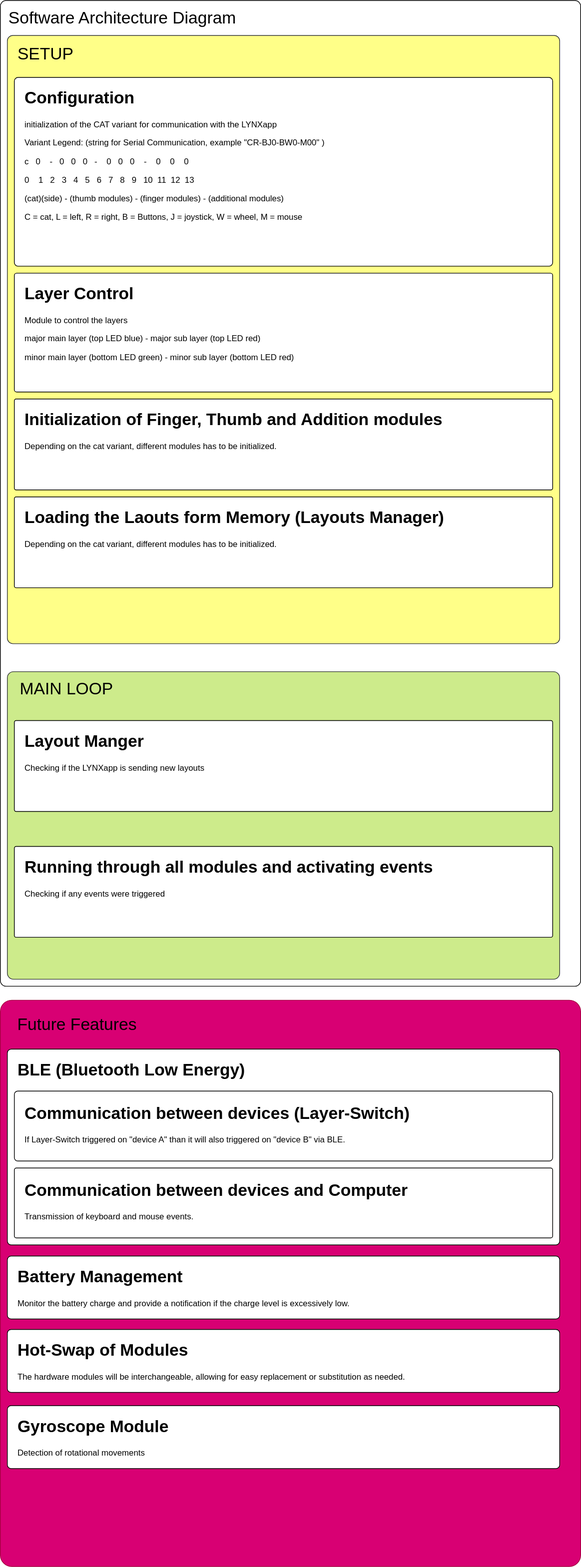
Above: images/SAD.svg in LYNXware/cat_esp32s3_platformio-arduino__version_2 (draw.io), before the change. Source tidied: cells renumbered, new cells last; positions are measured from the earlier drawing's top-left corner, leaving out a move shared by most shapes.
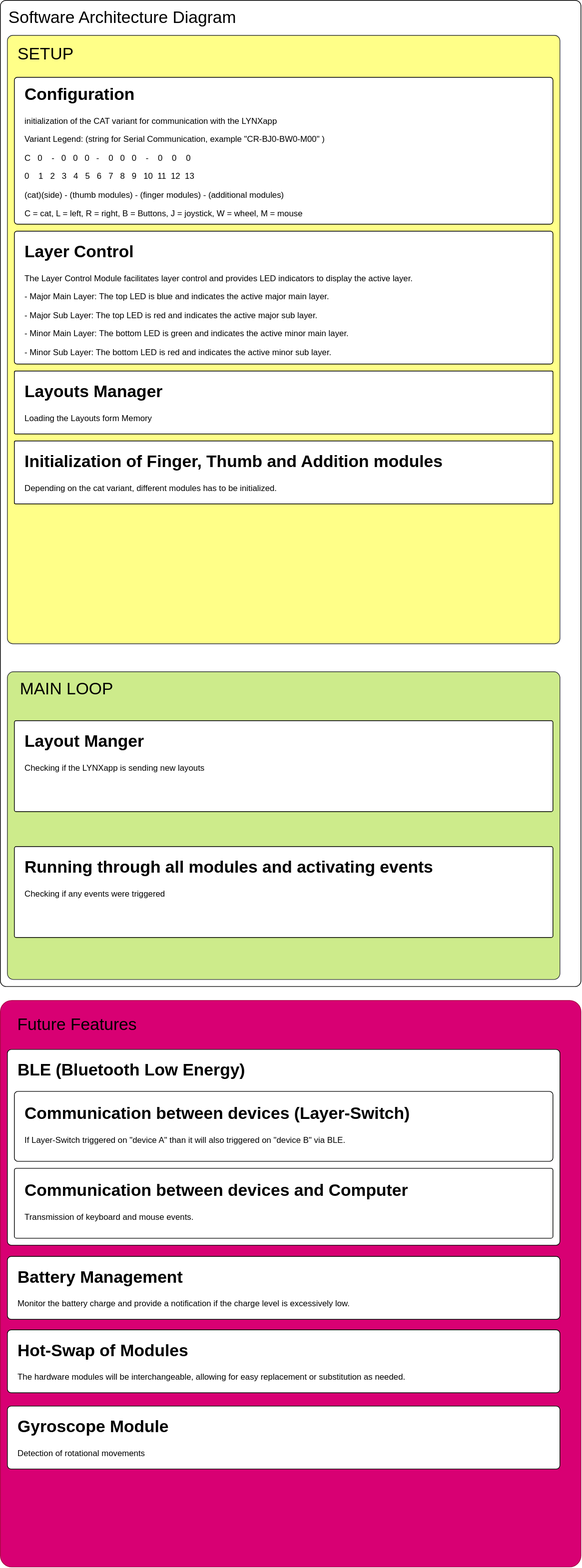
After the change.

What changed in the source:
```diff
@@ -21,29 +21,17 @@
       <mxGeometry x="20" y="970" width="150" height="30" as="geometry" />
     </mxCell>
     <mxCell id="8" style="rounded=1;whiteSpace=wrap;html=1;arcSize=2;" parent="1" vertex="1">
-      <mxGeometry x="20" y="110" width="770" height="270" as="geometry" />
+      <mxGeometry x="20" y="110" width="770" height="210" as="geometry" />
     </mxCell>
-    <mxCell id="9" value="&lt;h1&gt;Configuration&lt;/h1&gt;&lt;p&gt;initialization of the CAT variant&amp;nbsp;&lt;span style=&quot;background-color: initial;&quot;&gt;for communication with the LYNXapp&lt;/span&gt;&lt;/p&gt;&lt;p&gt;Variant Legend: (string for Serial Communication, example &quot;CR-BJ0-BW0-M00&quot; )&lt;/p&gt;&lt;p&gt;c&amp;nbsp; &amp;nbsp;0&amp;nbsp; &amp;nbsp; -&amp;nbsp; &amp;nbsp;0&amp;nbsp; &amp;nbsp;0&amp;nbsp; &amp;nbsp;0&amp;nbsp; &amp;nbsp;-&amp;nbsp; &amp;nbsp; 0&amp;nbsp; &amp;nbsp;0&amp;nbsp; &amp;nbsp;0&amp;nbsp; &amp;nbsp; -&amp;nbsp; &amp;nbsp; 0&amp;nbsp; &amp;nbsp; 0&amp;nbsp; &amp;nbsp; 0&lt;/p&gt;&lt;p&gt;0&amp;nbsp; &amp;nbsp; 1&amp;nbsp; &amp;nbsp;2&amp;nbsp; &amp;nbsp;3&amp;nbsp; &amp;nbsp;4&amp;nbsp; &amp;nbsp;5&amp;nbsp; &amp;nbsp;6&amp;nbsp; &amp;nbsp;7&amp;nbsp; &amp;nbsp;8&amp;nbsp; &amp;nbsp;9&amp;nbsp; &amp;nbsp;10&amp;nbsp; 11&amp;nbsp; 12&amp;nbsp; 13&lt;/p&gt;&lt;p&gt;(cat)(side) - (thumb modules) - (finger modules) - (additional modules)&lt;/p&gt;&lt;p&gt;C = cat, L = left, R = right, B&lt;span style=&quot;background-color: initial;&quot;&gt;&amp;nbsp;= Buttons, J&lt;/span&gt;&lt;span style=&quot;background-color: initial;&quot;&gt;&amp;nbsp;= joystick, W&lt;/span&gt;&lt;span style=&quot;background-color: initial;&quot;&gt;&amp;nbsp;= wheel, M&lt;/span&gt;&lt;span style=&quot;background-color: initial;&quot;&gt;&amp;nbsp;= mouse&lt;/span&gt;&lt;/p&gt;&lt;div&gt;&lt;br&gt;&lt;/div&gt;" style="text;html=1;strokeColor=none;fillColor=none;spacing=5;spacingTop=-20;whiteSpace=wrap;overflow=hidden;rounded=0;" parent="1" vertex="1">
-      <mxGeometry x="30" y="120" width="610" height="230" as="geometry" />
+    <mxCell id="9" value="&lt;h1&gt;Configuration&amp;nbsp;&lt;/h1&gt;&lt;p&gt;initialization of the CAT variant&amp;nbsp;&lt;span style=&quot;background-color: initial;&quot;&gt;for communication with the LYNXapp&lt;/span&gt;&lt;/p&gt;&lt;p&gt;Variant Legend: (string for Serial Communication, example &quot;CR-BJ0-BW0-M00&quot; )&lt;/p&gt;&lt;p&gt;C&amp;nbsp; &amp;nbsp;0&amp;nbsp; &amp;nbsp; -&amp;nbsp; &amp;nbsp;0&amp;nbsp; &amp;nbsp;0&amp;nbsp; &amp;nbsp;0&amp;nbsp; &amp;nbsp;-&amp;nbsp; &amp;nbsp; 0&amp;nbsp; &amp;nbsp;0&amp;nbsp; &amp;nbsp;0&amp;nbsp; &amp;nbsp; -&amp;nbsp; &amp;nbsp; 0&amp;nbsp; &amp;nbsp; 0&amp;nbsp; &amp;nbsp; 0&lt;/p&gt;&lt;p&gt;0&amp;nbsp; &amp;nbsp; 1&amp;nbsp; &amp;nbsp;2&amp;nbsp; &amp;nbsp;3&amp;nbsp; &amp;nbsp;4&amp;nbsp; &amp;nbsp;5&amp;nbsp; &amp;nbsp;6&amp;nbsp; &amp;nbsp;7&amp;nbsp; &amp;nbsp;8&amp;nbsp; &amp;nbsp;9&amp;nbsp; &amp;nbsp;10&amp;nbsp; 11&amp;nbsp; 12&amp;nbsp; 13&lt;/p&gt;&lt;p&gt;(cat)(side) - (thumb modules) - (finger modules) - (additional modules)&lt;/p&gt;&lt;p&gt;C = cat, L = left, R = right, B&lt;span style=&quot;background-color: initial;&quot;&gt;&amp;nbsp;= Buttons, J&lt;/span&gt;&lt;span style=&quot;background-color: initial;&quot;&gt;&amp;nbsp;= joystick, W&lt;/span&gt;&lt;span style=&quot;background-color: initial;&quot;&gt;&amp;nbsp;= wheel, M&lt;/span&gt;&lt;span style=&quot;background-color: initial;&quot;&gt;&amp;nbsp;= mouse&lt;/span&gt;&lt;/p&gt;&lt;div&gt;&lt;br&gt;&lt;/div&gt;" style="text;html=1;strokeColor=none;fillColor=none;spacing=5;spacingTop=-20;whiteSpace=wrap;overflow=hidden;rounded=0;" parent="1" vertex="1">
+      <mxGeometry x="30" y="115" width="610" height="210" as="geometry" />
     </mxCell>
     <mxCell id="10" style="rounded=1;whiteSpace=wrap;html=1;arcSize=2;" parent="1" vertex="1">
-      <mxGeometry x="20" y="390" width="770" height="170" as="geometry" />
+      <mxGeometry x="20" y="330" width="770" height="190" as="geometry" />
     </mxCell>
-    <mxCell id="11" value="&lt;h1&gt;Layer Control&lt;/h1&gt;&lt;p&gt;Module to control the layers&lt;/p&gt;&lt;p&gt;major main layer (top LED blue) - major sub layer (top LED red)&lt;/p&gt;&lt;p&gt;minor main layer (bottom LED green) - minor sub layer (bottom LED red)&lt;/p&gt;&lt;div&gt;&lt;br&gt;&lt;/div&gt;" style="text;html=1;strokeColor=none;fillColor=none;spacing=5;spacingTop=-20;whiteSpace=wrap;overflow=hidden;rounded=0;" parent="1" vertex="1">
-      <mxGeometry x="30" y="400" width="610" height="130" as="geometry" />
+    <mxCell id="11" value="&lt;h1&gt;Layer Control&lt;/h1&gt;&lt;p&gt;The Layer Control Module facilitates layer control and provides LED indicators to display the active layer.&lt;/p&gt;&lt;p&gt;- Major Main Layer: The top LED is blue and indicates the active major main layer.&lt;/p&gt;&lt;p&gt;- Major Sub Layer: The top LED is red and indicates the active major sub layer.&lt;/p&gt;&lt;p&gt;- Minor Main Layer: The bottom LED is green and indicates the active minor main layer.&lt;/p&gt;&lt;p&gt;- Minor Sub Layer: The bottom LED is red and indicates the active minor sub layer.&lt;/p&gt;" style="text;html=1;strokeColor=none;fillColor=none;spacing=5;spacingTop=-20;whiteSpace=wrap;overflow=hidden;rounded=0;" parent="1" vertex="1">
+      <mxGeometry x="30" y="340" width="630" height="180" as="geometry" />
     </mxCell>
-    <mxCell id="12" style="rounded=1;whiteSpace=wrap;html=1;arcSize=2;" parent="1" vertex="1">
-      <mxGeometry x="20" y="570" width="770" height="130" as="geometry" />
-    </mxCell>
-    <mxCell id="13" value="&lt;h1&gt;Initialization of Finger, Thumb and Addition modules&lt;/h1&gt;&lt;p&gt;Depending on the cat variant, different modules has to be initialized.&lt;/p&gt;&lt;div&gt;&lt;br&gt;&lt;/div&gt;" style="text;html=1;strokeColor=none;fillColor=none;spacing=5;spacingTop=-20;whiteSpace=wrap;overflow=hidden;rounded=0;" parent="1" vertex="1">
-      <mxGeometry x="30" y="580" width="610" height="90" as="geometry" />
-    </mxCell>
-    <mxCell id="14" style="rounded=1;whiteSpace=wrap;html=1;arcSize=2;" parent="1" vertex="1">
-      <mxGeometry x="20" y="710" width="770" height="130" as="geometry" />
-    </mxCell>
-    <mxCell id="15" value="&lt;h1&gt;Loading the Laouts form Memory (Layouts Manager)&lt;/h1&gt;&lt;p&gt;Depending on the cat variant, different modules has to be initialized.&lt;/p&gt;&lt;div&gt;&lt;br&gt;&lt;/div&gt;" style="text;html=1;strokeColor=none;fillColor=none;spacing=5;spacingTop=-20;whiteSpace=wrap;overflow=hidden;rounded=0;" parent="1" vertex="1">
-      <mxGeometry x="30" y="720" width="610" height="90" as="geometry" />
-    </mxCell>
     <mxCell id="16" style="rounded=1;whiteSpace=wrap;html=1;arcSize=2;" parent="1" vertex="1">
       <mxGeometry x="20" y="1030" width="770" height="130" as="geometry" />
     </mxCell>
@@ -101,5 +89,26 @@
     <mxCell id="34" value="&lt;h1&gt;Gyroscope Module&lt;/h1&gt;Detection of rotational movements&amp;nbsp;&amp;nbsp;" style="text;html=1;strokeColor=none;fillColor=none;spacing=5;spacingTop=-20;whiteSpace=wrap;overflow=hidden;rounded=0;" parent="1" vertex="1">
       <mxGeometry x="20" y="2020" width="710" height="70" as="geometry" />
     </mxCell>
+    <mxCell id="35" style="group;" parent="1" vertex="1">
+      <mxGeometry x="20" y="630" width="770" height="130" as="geometry" />
+    </mxCell>
+    <mxCell id="12" style="rounded=1;whiteSpace=wrap;html=1;arcSize=2;" parent="35" vertex="1">
+      <mxGeometry width="770" height="90" as="geometry" />
+    </mxCell>
+    <mxCell id="13" value="&lt;h1&gt;Initialization of Finger, Thumb and Addition modules&lt;/h1&gt;&lt;p&gt;Depending on the cat variant, different modules has to be initialized.&lt;/p&gt;&lt;div&gt;&lt;br&gt;&lt;/div&gt;" style="text;html=1;strokeColor=none;fillColor=none;spacing=5;spacingTop=-20;whiteSpace=wrap;overflow=hidden;rounded=0;" parent="35" vertex="1">
+      <mxGeometry x="10" y="10" width="610" height="80" as="geometry" />
+    </mxCell>
+    <mxCell id="36" style="group;" parent="1" vertex="1">
+      <mxGeometry x="20" y="530" width="770" height="130" as="geometry" />
+    </mxCell>
+    <mxCell id="37" style="group;" parent="36" vertex="1">
+      <mxGeometry width="770" height="90" as="geometry" />
+    </mxCell>
+    <mxCell id="14" style="rounded=1;whiteSpace=wrap;html=1;arcSize=2;" parent="37" vertex="1">
+      <mxGeometry width="770" height="90" as="geometry" />
+    </mxCell>
+    <mxCell id="15" value="&lt;h1&gt;Layouts Manager&amp;nbsp;&lt;/h1&gt;&lt;p&gt;Loading the Layouts form Memory&amp;nbsp;&lt;/p&gt;&lt;div&gt;&lt;br&gt;&lt;/div&gt;" style="text;html=1;strokeColor=none;fillColor=none;spacing=5;spacingTop=-20;whiteSpace=wrap;overflow=hidden;rounded=0;" parent="37" vertex="1">
+      <mxGeometry x="10" y="10" width="690" height="70" as="geometry" />
+    </mxCell>
   </root>
 </mxGraphModel>
```
